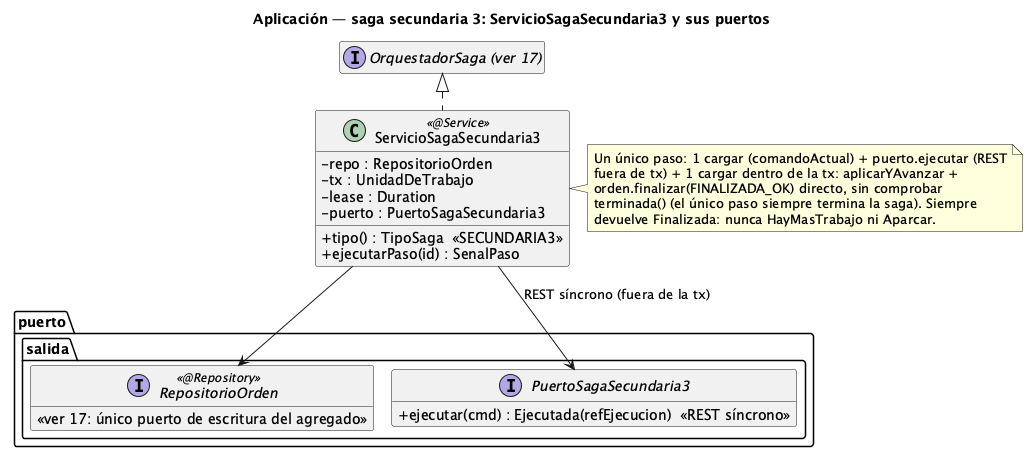
Earlier version of the PlantUML export order-manager/docs/21-clases-aplicacion-saga-secundaria3.png (ralcazar/patrones).
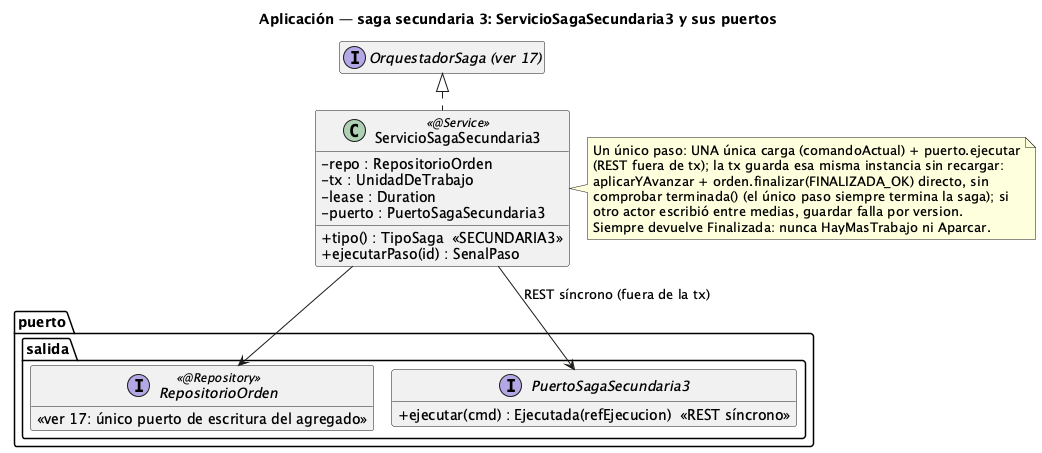
Above is the later version.

The edit, as a diff of the source:
```diff
@@ -15,11 +15,12 @@
   +ejecutarPaso(id) : SenalPaso
 }
 note right of ServicioSagaSecundaria3
-  Un único paso: 1 cargar (comandoActual) + puerto.ejecutar (REST
-  fuera de tx) + 1 cargar dentro de la tx: aplicarYAvanzar +
-  orden.finalizar(FINALIZADA_OK) directo, sin comprobar
-  terminada() (el único paso siempre termina la saga). Siempre
-  devuelve Finalizada: nunca HayMasTrabajo ni Aparcar.
+  Un único paso: UNA única carga (comandoActual) + puerto.ejecutar
+  (REST fuera de tx); la tx guarda esa misma instancia sin recargar:
+  aplicarYAvanzar + orden.finalizar(FINALIZADA_OK) directo, sin
+  comprobar terminada() (el único paso siempre termina la saga); si
+  otro actor escribió entre medias, guardar falla por version.
+  Siempre devuelve Finalizada: nunca HayMasTrabajo ni Aparcar.
 end note
 
 package "puerto.salida" {
```
